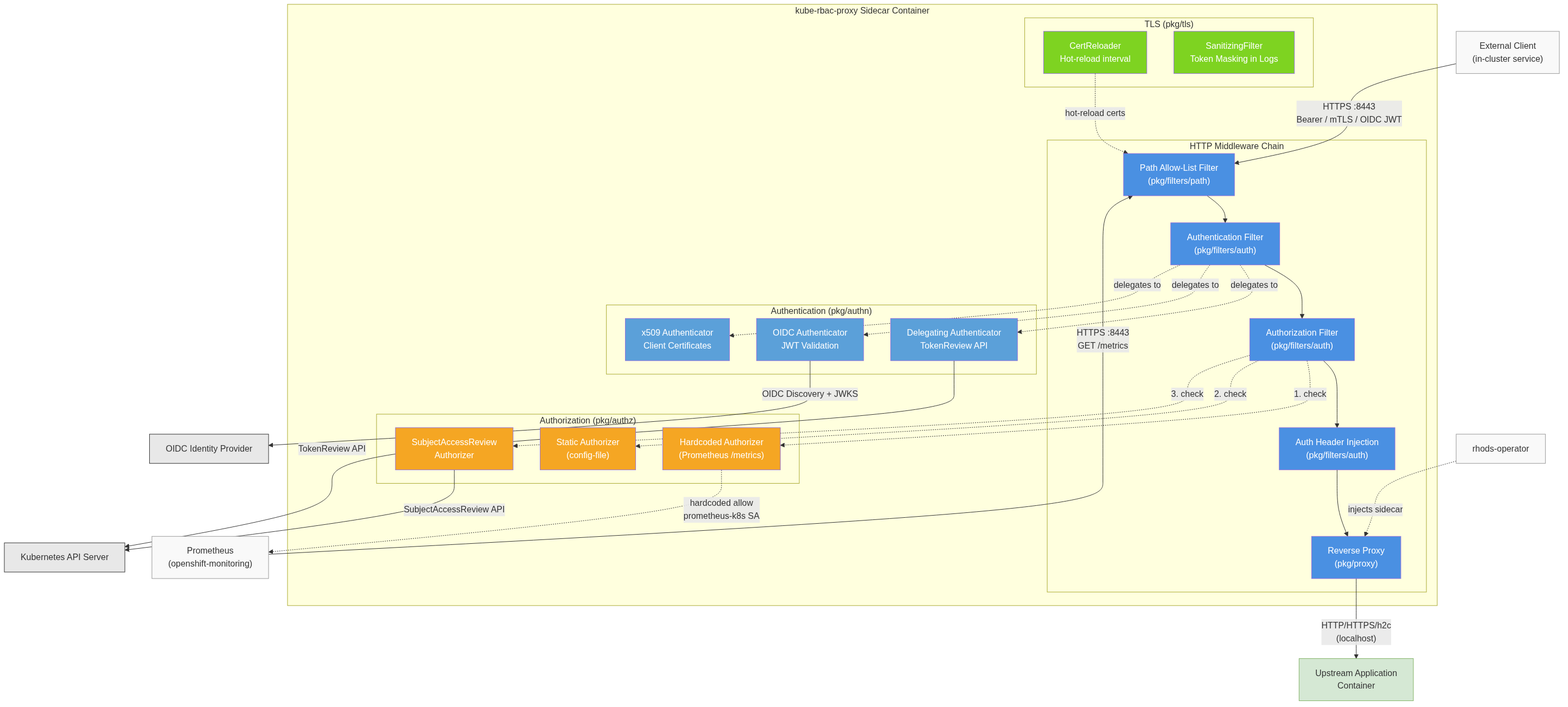
Before: architecture/rhoai.next/diagrams/kube-rbac-proxy-component.png, a diagram exported from Mermaid (rhuss/architecture-context). Its source is kept beside it as architecture/rhoai.next/diagrams/kube-rbac-proxy-component.mmd.
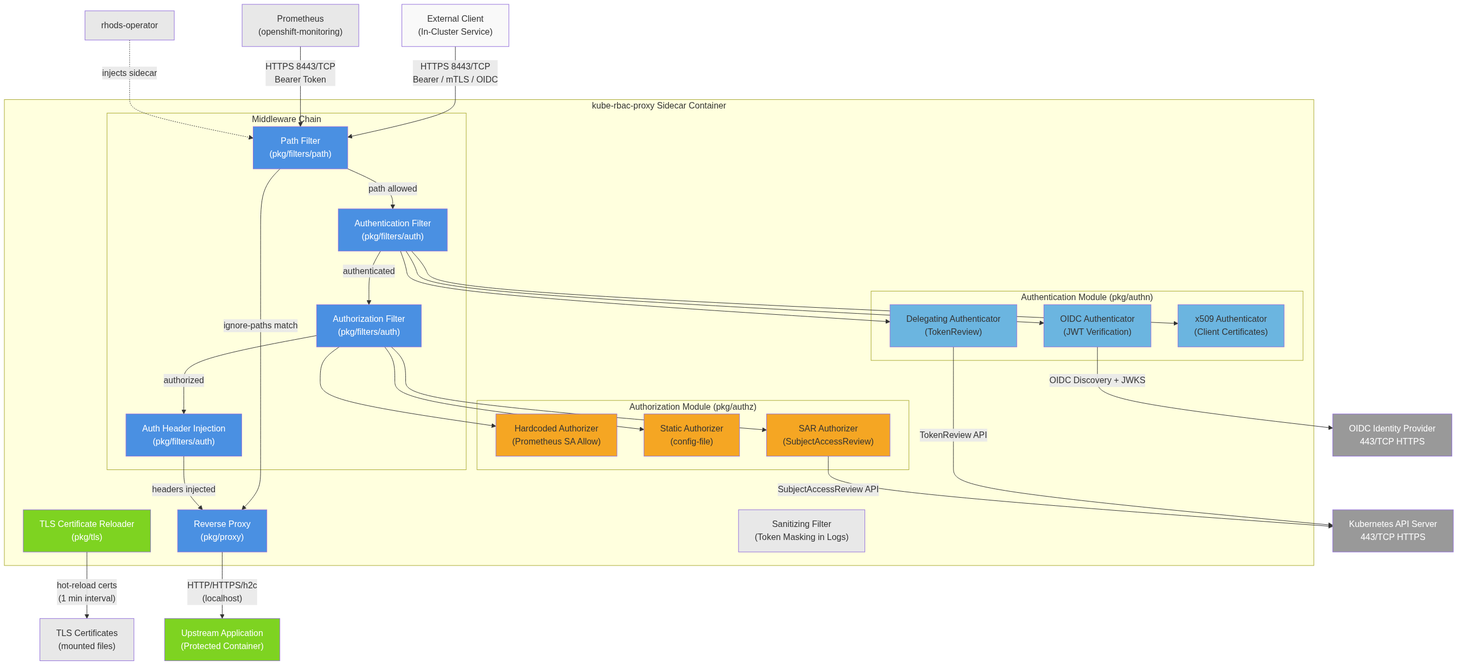
After the commit.

Diff of the diagram source:
```diff
@@ -1,78 +1,74 @@
 graph TB
     subgraph "kube-rbac-proxy Sidecar Container"
         direction TB
-
-        subgraph "HTTP Middleware Chain"
-            PathFilter["Path Allow-List Filter<br/>(pkg/filters/path)"]
+        subgraph "Middleware Chain"
+            PathFilter["Path Filter<br/>(pkg/filters/path)"]
             AuthNFilter["Authentication Filter<br/>(pkg/filters/auth)"]
             AuthZFilter["Authorization Filter<br/>(pkg/filters/auth)"]
             HeaderInjection["Auth Header Injection<br/>(pkg/filters/auth)"]
-            ReverseProxy["Reverse Proxy<br/>(pkg/proxy)"]
         end
 
-        subgraph "Authentication (pkg/authn)"
-            DelegatingAuthn["Delegating Authenticator<br/>TokenReview API"]
-            OIDCAuthn["OIDC Authenticator<br/>JWT Validation"]
-            X509Authn["x509 Authenticator<br/>Client Certificates"]
+        subgraph "Authentication Module (pkg/authn)"
+            DelegatingAuthn["Delegating Authenticator<br/>(TokenReview)"]
+            OIDCAuthn["OIDC Authenticator<br/>(JWT Verification)"]
+            X509Authn["x509 Authenticator<br/>(Client Certificates)"]
         end
 
-        subgraph "Authorization (pkg/authz)"
-            HardcodedAuthz["Hardcoded Authorizer<br/>(Prometheus /metrics)"]
+        subgraph "Authorization Module (pkg/authz)"
+            HardcodedAuthz["Hardcoded Authorizer<br/>(Prometheus SA Allow)"]
             StaticAuthz["Static Authorizer<br/>(config-file)"]
-            SARAuthz["SubjectAccessReview<br/>Authorizer"]
+            SARAuthz["SAR Authorizer<br/>(SubjectAccessReview)"]
         end
 
-        subgraph "TLS (pkg/tls)"
-            CertReloader["CertReloader<br/>Hot-reload interval"]
-            SanitizingFilter["SanitizingFilter<br/>Token Masking in Logs"]
-        end
-
-        PathFilter --> AuthNFilter
-        AuthNFilter --> AuthZFilter
-        AuthZFilter --> HeaderInjection
-        HeaderInjection --> ReverseProxy
-
-        AuthNFilter -.->|delegates to| DelegatingAuthn
-        AuthNFilter -.->|delegates to| OIDCAuthn
-        AuthNFilter -.->|delegates to| X509Authn
-
-        AuthZFilter -.->|1. check| HardcodedAuthz
-        AuthZFilter -.->|2. check| StaticAuthz
-        AuthZFilter -.->|3. check| SARAuthz
+        TLSReloader["TLS Certificate Reloader<br/>(pkg/tls)"]
+        ReverseProxy["Reverse Proxy<br/>(pkg/proxy)"]
+        Sanitizer["Sanitizing Filter<br/>(Token Masking in Logs)"]
     end
 
-    Client["External Client<br/>(in-cluster service)"] -->|"HTTPS :8443<br/>Bearer / mTLS / OIDC JWT"| PathFilter
+    Client["External Client<br/>(In-Cluster Service)"] -->|"HTTPS 8443/TCP<br/>Bearer / mTLS / OIDC"| PathFilter
+    PathFilter -->|"path allowed"| AuthNFilter
+    PathFilter -->|"ignore-paths match"| ReverseProxy
 
-    DelegatingAuthn -->|"TokenReview API"| K8sAPI["Kubernetes API Server"]
+    AuthNFilter --> DelegatingAuthn
+    AuthNFilter --> OIDCAuthn
+    AuthNFilter --> X509Authn
+
+    AuthNFilter -->|"authenticated"| AuthZFilter
+    AuthZFilter --> HardcodedAuthz
+    AuthZFilter --> StaticAuthz
+    AuthZFilter --> SARAuthz
+
+    AuthZFilter -->|"authorized"| HeaderInjection
+    HeaderInjection -->|"headers injected"| ReverseProxy
+
+    DelegatingAuthn -->|"TokenReview API"| K8sAPI["Kubernetes API Server<br/>443/TCP HTTPS"]
     SARAuthz -->|"SubjectAccessReview API"| K8sAPI
+    OIDCAuthn -->|"OIDC Discovery + JWKS"| OIDCIssuer["OIDC Identity Provider<br/>443/TCP HTTPS"]
+    TLSReloader -->|"hot-reload certs<br/>(1 min interval)"| TLSCerts["TLS Certificates<br/>(mounted files)"]
 
-    OIDCAuthn -->|"OIDC Discovery + JWKS"| OIDC["OIDC Identity Provider"]
+    ReverseProxy -->|"HTTP/HTTPS/h2c<br/>(localhost)"| Upstream["Upstream Application<br/>(Protected Container)"]
 
-    ReverseProxy -->|"HTTP/HTTPS/h2c<br/>(localhost)"| Upstream["Upstream Application<br/>Container"]
+    Prometheus["Prometheus<br/>(openshift-monitoring)"] -->|"HTTPS 8443/TCP<br/>Bearer Token"| PathFilter
 
-    Prometheus["Prometheus<br/>(openshift-monitoring)"] -->|"HTTPS :8443<br/>GET /metrics"| PathFilter
-    HardcodedAuthz -.->|"hardcoded allow<br/>prometheus-k8s SA"| Prometheus
-
-    CertReloader -.->|"hot-reload certs"| PathFilter
-
-    Operator["rhods-operator"] -.->|"injects sidecar"| ReverseProxy
+    RHODSOperator["rhods-operator"] -.->|"injects sidecar"| PathFilter
 
     style PathFilter fill:#4a90e2,color:#fff
     style AuthNFilter fill:#4a90e2,color:#fff
     style AuthZFilter fill:#4a90e2,color:#fff
     style HeaderInjection fill:#4a90e2,color:#fff
+    style DelegatingAuthn fill:#6bb5e0
+    style OIDCAuthn fill:#6bb5e0
+    style X509Authn fill:#6bb5e0
+    style HardcodedAuthz fill:#f5a623
+    style StaticAuthz fill:#f5a623
+    style SARAuthz fill:#f5a623
+    style TLSReloader fill:#7ed321,color:#fff
     style ReverseProxy fill:#4a90e2,color:#fff
-    style DelegatingAuthn fill:#5ba0d9,color:#fff
-    style OIDCAuthn fill:#5ba0d9,color:#fff
-    style X509Authn fill:#5ba0d9,color:#fff
-    style HardcodedAuthz fill:#f5a623,color:#fff
-    style StaticAuthz fill:#f5a623,color:#fff
-    style SARAuthz fill:#f5a623,color:#fff
-    style CertReloader fill:#7ed321,color:#fff
-    style SanitizingFilter fill:#7ed321,color:#fff
-    style K8sAPI fill:#e8e8e8,stroke:#333
-    style OIDC fill:#e8e8e8,stroke:#333
-    style Upstream fill:#d5e8d4,stroke:#82b366
-    style Client fill:#f9f9f9,stroke:#999
-    style Prometheus fill:#f9f9f9,stroke:#999
-    style Operator fill:#f9f9f9,stroke:#999
+    style Sanitizer fill:#e8e8e8
+    style K8sAPI fill:#999,color:#fff
+    style OIDCIssuer fill:#999,color:#fff
+    style Upstream fill:#7ed321,color:#fff
+    style Prometheus fill:#e8e8e8
+    style RHODSOperator fill:#e8e8e8
+    style Client fill:#f9f9f9
+    style TLSCerts fill:#e8e8e8
```
